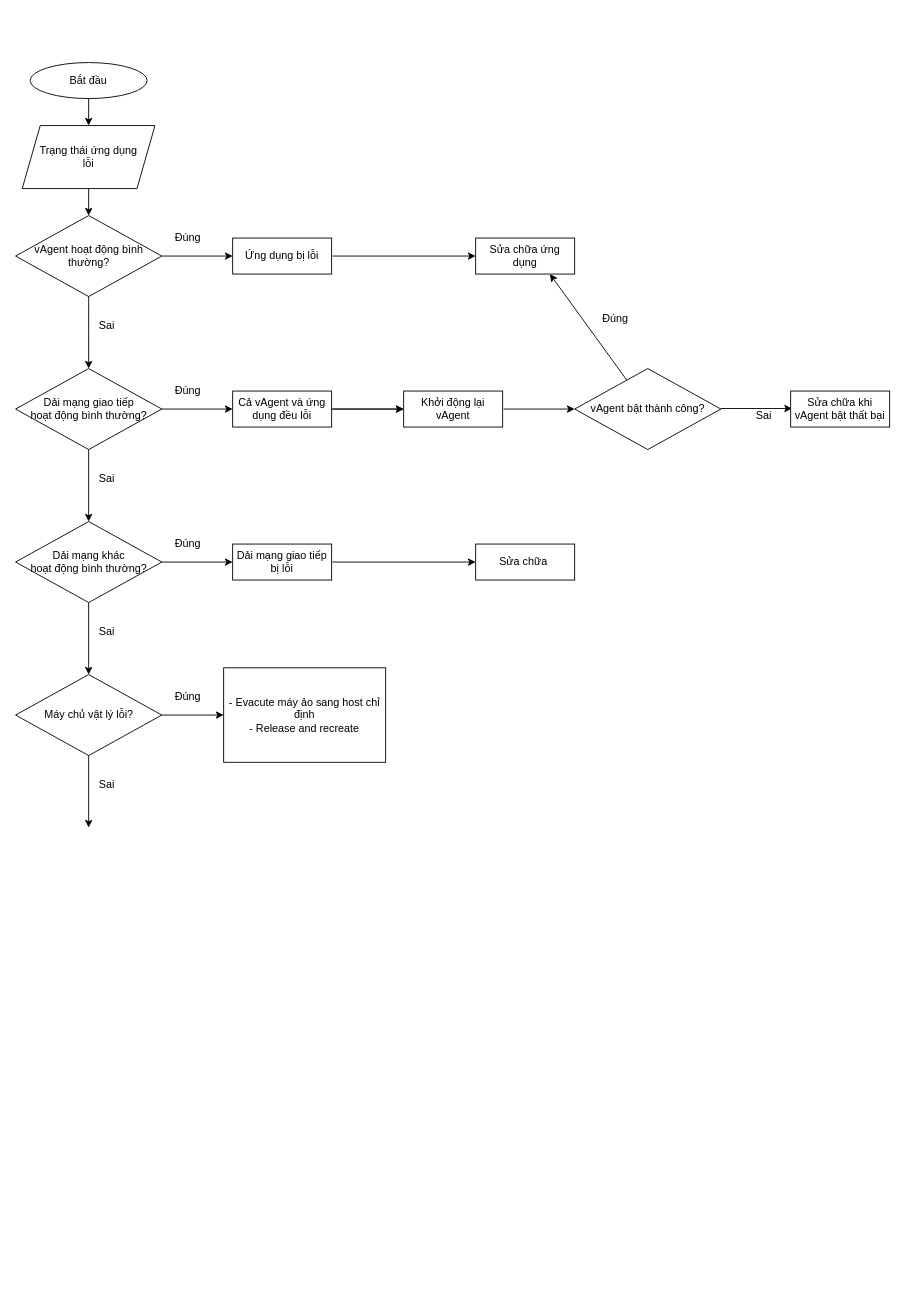
Above: auto healing.drawio in hiep1097/drawio (draw.io), before the change. Source tidied: cells renumbered, new cells numbered last; positions are measured from the earlier drawing's top-left corner, leaving out a move shared by most shapes. Both pictures are drawn from the tidied source at 90%, with x=0, y=0 at pixel (15, 62).
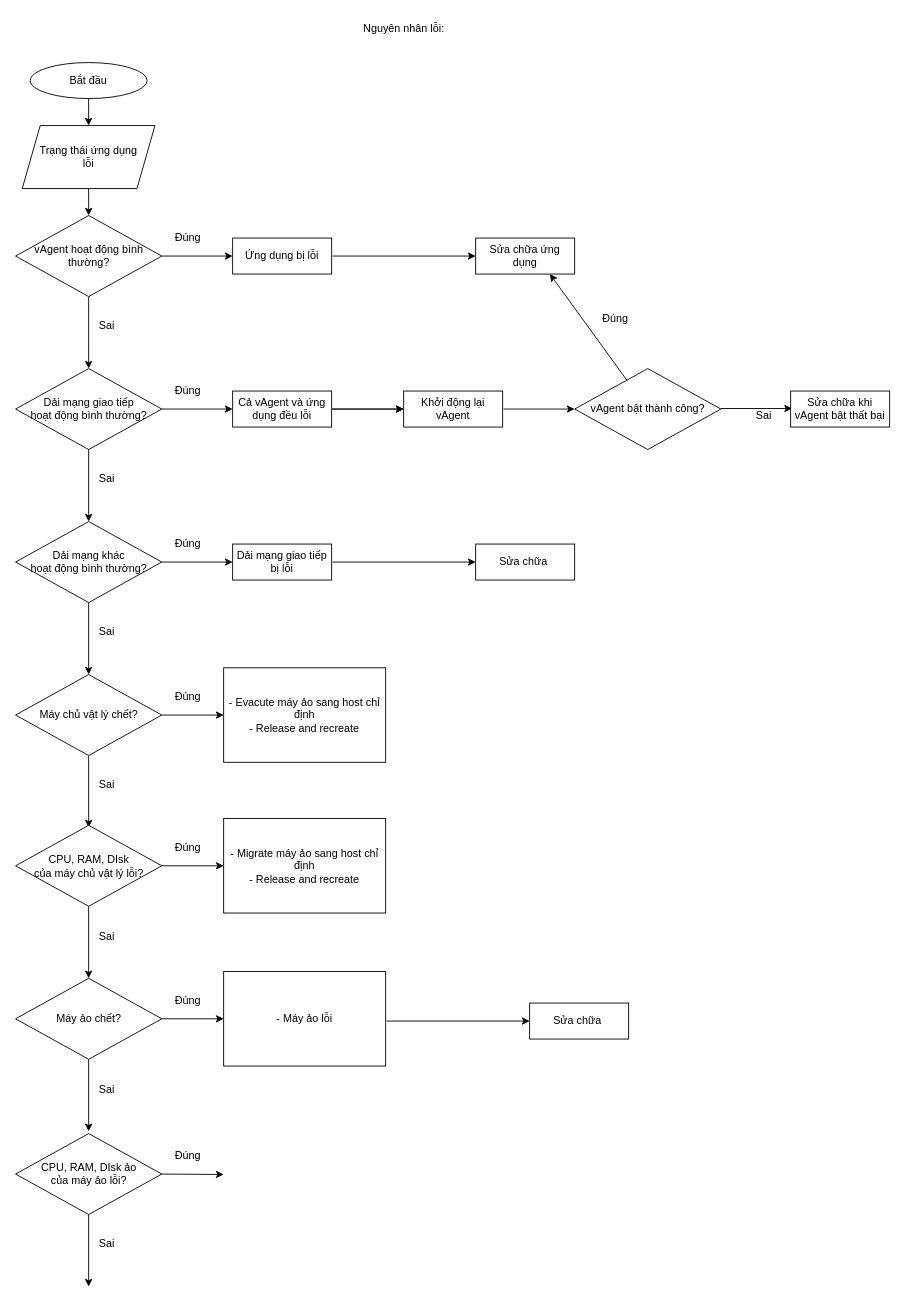
The same page after the edit.

Commit message (it also covers changes not shown here):
Cập nhật auto healing.drawio

The edit, as a diff of the source:
```diff
@@
-    <mxCell id="38" value="Máy chủ vật lý lỗi?" style="rhombus;whiteSpace=wrap;html=1;" parent="1" vertex="1">
+    <mxCell id="38" value="Máy chủ vật lý chết?" style="rhombus;whiteSpace=wrap;html=1;" parent="1" vertex="1">
       <mxGeometry x="-0.2" y="680" width="162.5" height="90" as="geometry" />
     </mxCell>
@@
+    <mxCell id="44" value="Máy ảo chết?" style="rhombus;whiteSpace=wrap;html=1;" parent="1" vertex="1">
+      <mxGeometry x="-0.2" y="1017.5" width="162.5" height="90" as="geometry" />
+    </mxCell>
+    <mxCell id="45" style="endArrow=classic;html=1;rounded=0;" parent="1" edge="1">
+      <mxGeometry relative="1" as="geometry">
+        <mxPoint x="81" y="1107.5" as="sourcePoint" />
+        <mxPoint x="81" y="1187.5" as="targetPoint" />
+      </mxGeometry>
+    </mxCell>
+    <mxCell id="46" value="Sai" style="text;html=1;align=center;verticalAlign=middle;strokeColor=none;fillColor=none;" parent="1" vertex="1">
+      <mxGeometry x="81" y="1125.5" width="40" height="30" as="geometry" />
+    </mxCell>
+    <mxCell id="47" value="- Máy ảo lỗi" style="rounded=0;whiteSpace=wrap;html=1;" parent="1" vertex="1">
+      <mxGeometry x="231" y="1010" width="180" height="105" as="geometry" />
+    </mxCell>
+    <mxCell id="48" style="endArrow=classic;html=1;rounded=0;" parent="1" edge="1" target="47">
+      <mxGeometry relative="1" as="geometry">
+        <mxPoint x="162" y="1062.5" as="sourcePoint" />
+      </mxGeometry>
+    </mxCell>
+    <mxCell id="49" value="Đúng" style="text;html=1;align=center;verticalAlign=middle;strokeColor=none;fillColor=none;" parent="1" vertex="1">
+      <mxGeometry x="166" y="1027.5" width="50" height="30" as="geometry" />
+    </mxCell>
+    <mxCell id="50" value="CPU, RAM, DIsk &lt;br&gt;của máy chủ vật lý lỗi?" style="rhombus;whiteSpace=wrap;html=1;" parent="1" vertex="1">
+      <mxGeometry x="-0.2" y="847.5" width="162.5" height="90" as="geometry" />
+    </mxCell>
+    <mxCell id="51" style="endArrow=classic;html=1;rounded=0;" parent="1" edge="1">
+      <mxGeometry relative="1" as="geometry">
+        <mxPoint x="81" y="937.5" as="sourcePoint" />
+        <mxPoint x="81" y="1017.5" as="targetPoint" />
+      </mxGeometry>
+    </mxCell>
+    <mxCell id="52" value="Sai" style="text;html=1;align=center;verticalAlign=middle;strokeColor=none;fillColor=none;" parent="1" vertex="1">
+      <mxGeometry x="81" y="955.5" width="40" height="30" as="geometry" />
+    </mxCell>
+    <mxCell id="53" value="- Migrate máy ảo sang host chỉ định&lt;br&gt;- Release and recreate" style="rounded=0;whiteSpace=wrap;html=1;" parent="1" vertex="1">
+      <mxGeometry x="231" y="840" width="180" height="105" as="geometry" />
+    </mxCell>
+    <mxCell id="54" style="endArrow=classic;html=1;rounded=0;" parent="1" edge="1" target="53">
+      <mxGeometry relative="1" as="geometry">
+        <mxPoint x="162" y="892.5" as="sourcePoint" />
+      </mxGeometry>
+    </mxCell>
+    <mxCell id="55" value="Đúng" style="text;html=1;align=center;verticalAlign=middle;strokeColor=none;fillColor=none;" parent="1" vertex="1">
+      <mxGeometry x="166" y="857.5" width="50" height="30" as="geometry" />
+    </mxCell>
+    <mxCell id="56" value="Sửa chữa&amp;nbsp;" style="rounded=0;whiteSpace=wrap;html=1;" parent="1" vertex="1">
+      <mxGeometry x="571" y="1045" width="110" height="40" as="geometry" />
+    </mxCell>
+    <mxCell id="57" style="endArrow=classic;html=1;rounded=0;" parent="1" edge="1" target="56">
+      <mxGeometry relative="1" as="geometry">
+        <mxPoint x="412" y="1065" as="sourcePoint" />
+      </mxGeometry>
+    </mxCell>
+    <mxCell id="58" value="CPU, RAM, DIsk ảo&lt;br&gt;của máy ảo lỗi?" style="rhombus;whiteSpace=wrap;html=1;" parent="1" vertex="1">
+      <mxGeometry x="-0.2" y="1190" width="162.5" height="90" as="geometry" />
+    </mxCell>
+    <mxCell id="59" style="endArrow=classic;html=1;rounded=0;" parent="1" edge="1">
+      <mxGeometry relative="1" as="geometry">
+        <mxPoint x="81" y="1280" as="sourcePoint" />
+        <mxPoint x="81" y="1360" as="targetPoint" />
+      </mxGeometry>
+    </mxCell>
+    <mxCell id="60" value="Sai" style="text;html=1;align=center;verticalAlign=middle;strokeColor=none;fillColor=none;" parent="1" vertex="1">
+      <mxGeometry x="81" y="1298" width="40" height="30" as="geometry" />
+    </mxCell>
+    <mxCell id="61" style="endArrow=classic;html=1;rounded=0;" parent="1" edge="1">
+      <mxGeometry relative="1" as="geometry">
+        <mxPoint x="162" y="1235" as="sourcePoint" />
+        <mxPoint x="231" y="1235.5" as="targetPoint" />
+      </mxGeometry>
+    </mxCell>
+    <mxCell id="62" value="Đúng" style="text;html=1;align=center;verticalAlign=middle;strokeColor=none;fillColor=none;" parent="1" vertex="1">
+      <mxGeometry x="166" y="1200" width="50" height="30" as="geometry" />
+    </mxCell>
+    <mxCell id="63" value="Nguyên nhân lỗi:&lt;br&gt;" style="text;html=1;align=center;verticalAlign=middle;strokeColor=none;fillColor=none;" parent="1" vertex="1">
+      <mxGeometry x="376" y="-52" width="110" height="30" as="geometry" />
+    </mxCell>
```
